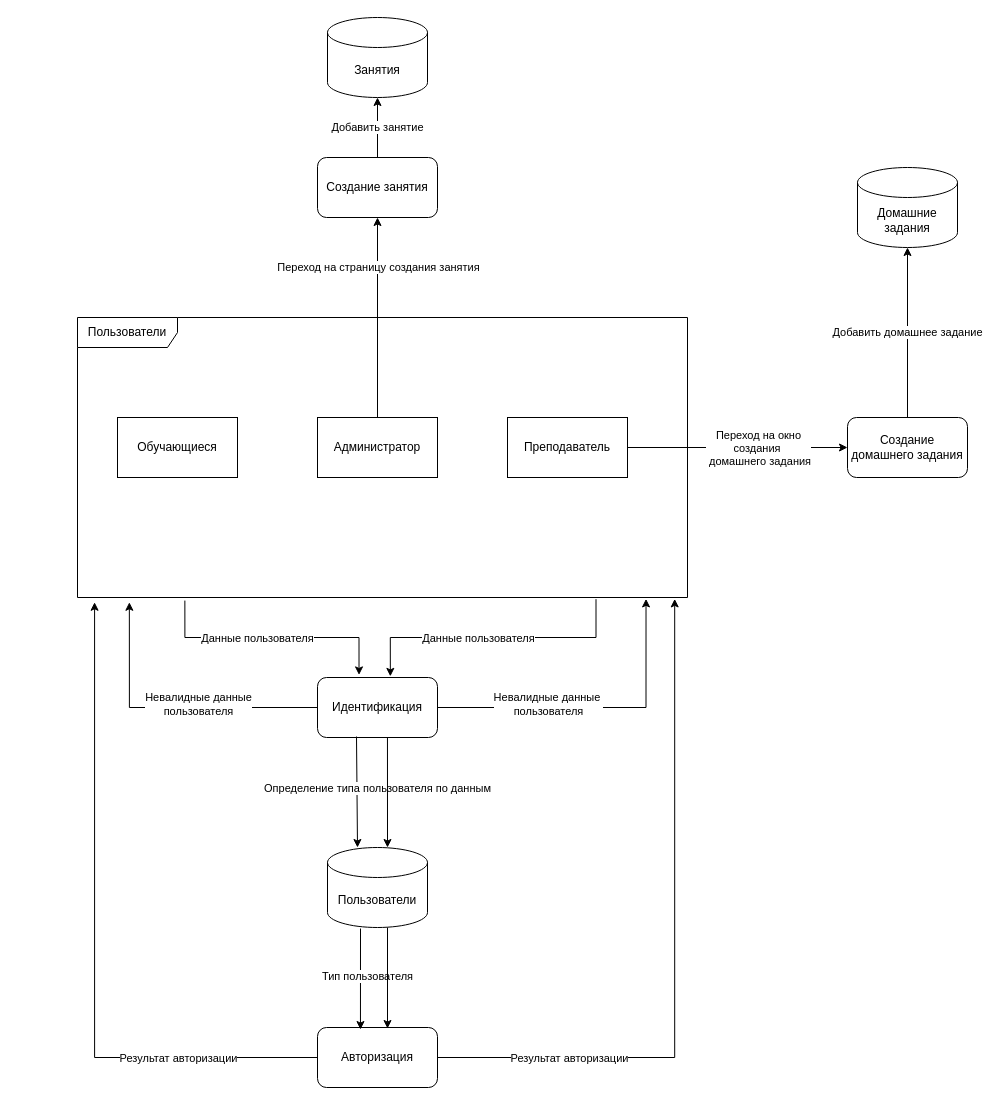
This is potoki_dd.drawio from flouressaint/myDiagrams, a draw.io file, before an edit. Source tidied: cells renumbered, new cells numbered last; positions are measured from the earlier drawing's top-left corner, leaving out a move shared by most shapes. Both pictures are drawn from the tidied source at 100%, with x=0, y=0 at pixel (77, 17).
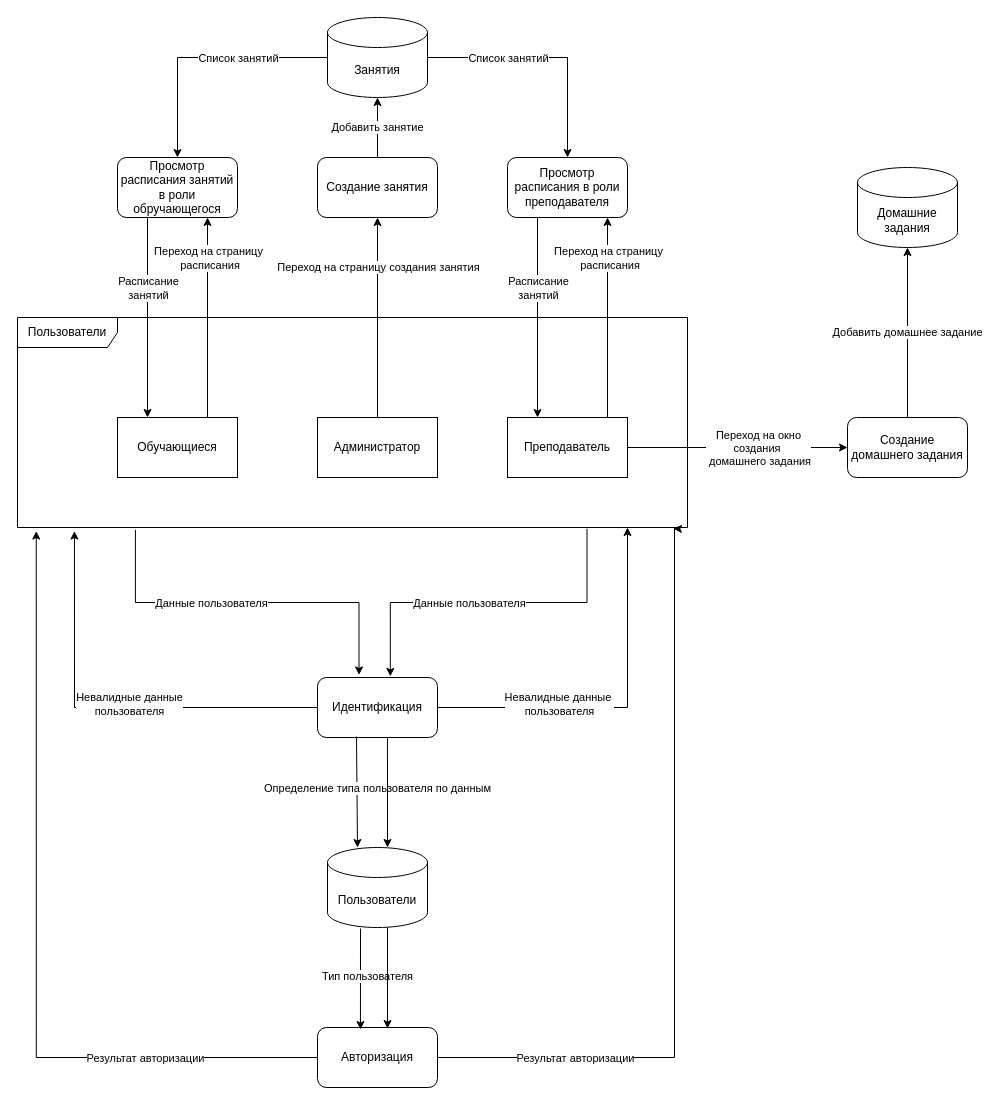
The same page after the edit.

The change refers to these unchanged cells:
```xml
<mxCell id="3" value="Идентификация" style="rounded=1;whiteSpace=wrap;html=1;" parent="1" vertex="1">
  <mxGeometry x="240" y="660" width="120" height="60" as="geometry" />
</mxCell>
<mxCell id="4" value="Авторизация" style="rounded=1;whiteSpace=wrap;html=1;" parent="1" vertex="1">
  <mxGeometry x="240" y="1010" width="120" height="60" as="geometry" />
</mxCell>
<mxCell id="15" value="Обучающиеся" style="rounded=0;whiteSpace=wrap;html=1;" parent="1" vertex="1">
  <mxGeometry x="40" y="400" width="120" height="60" as="geometry" />
</mxCell>
<mxCell id="34" value="Занятия" style="shape=cylinder3;whiteSpace=wrap;html=1;boundedLbl=1;backgroundOutline=1;size=15;" parent="1" vertex="1">
  <mxGeometry x="250" width="100" height="80" as="geometry" />
</mxCell>
```

The edit, as a diff of the source:
```diff
@@
     <mxCell id="10" value="Пользователи" style="shape=umlFrame;whiteSpace=wrap;html=1;width=100;height=30;" parent="1" vertex="1">
-      <mxGeometry y="300" width="610" height="280" as="geometry" />
+      <mxGeometry x="-60" y="300" width="670" height="210" as="geometry" />
     </mxCell>
@@
+    <mxCell id="36" style="edgeStyle=orthogonalEdgeStyle;rounded=0;jettySize=auto;html=1;entryX=0.75;entryY=1;entryDx=0;entryDy=0;exitX=0.75;exitY=0;exitDx=0;exitDy=0;" parent="1" edge="1" source="15" target="42">
+      <mxGeometry relative="1" as="geometry" />
+    </mxCell>
+    <mxCell id="37" value="Переход на страницу&lt;br&gt;&amp;nbsp;расписания" style="edgeLabel;html=1;align=center;verticalAlign=middle;" parent="36" vertex="1">
+      <mxGeometry x="0.32" y="-6" relative="1" as="geometry">
+        <mxPoint x="-6" y="-28" as="offset" />
+      </mxGeometry>
+    </mxCell>
@@
     <mxCell id="22" style="edgeStyle=orthogonalEdgeStyle;rounded=0;jettySize=auto;html=1;entryX=0.085;entryY=1.017;entryDx=0;entryDy=0;entryPerimeter=0;" parent="1" edge="1" source="3" target="10">
       <mxGeometry relative="1" as="geometry">
         <Array as="points">
-          <mxPoint x="52" y="690" />
+          <mxPoint x="-3" y="690" />
         </Array>
       </mxGeometry>
     </mxCell>
@@
-    <mxCell id="24" style="edgeStyle=orthogonalEdgeStyle;rounded=0;jettySize=auto;html=1;entryX=0.932;entryY=1.005;entryDx=0;entryDy=0;entryPerimeter=0;" parent="1" edge="1" source="3" target="10">
+    <mxCell id="24" style="edgeStyle=orthogonalEdgeStyle;rounded=0;jettySize=auto;html=1;" parent="1" edge="1" source="3" target="10">
       <mxGeometry relative="1" as="geometry">
         <Array as="points">
-          <mxPoint x="569" y="690" />
+          <mxPoint x="550" y="690" />
         </Array>
       </mxGeometry>
     </mxCell>
@@
     <mxCell id="28" style="edgeStyle=orthogonalEdgeStyle;rounded=0;jettySize=auto;html=1;entryX=0.028;entryY=1.017;entryDx=0;entryDy=0;entryPerimeter=0;" parent="1" edge="1" source="4" target="10">
       <mxGeometry relative="1" as="geometry">
         <Array as="points">
-          <mxPoint x="17" y="1040" />
+          <mxPoint x="-41" y="1040" />
         </Array>
       </mxGeometry>
     </mxCell>
@@
+    <mxCell id="38" style="edgeStyle=orthogonalEdgeStyle;rounded=0;jettySize=auto;html=1;entryX=0.5;entryY=0;entryDx=0;entryDy=0;" parent="1" edge="1" source="34" target="42">
+      <mxGeometry relative="1" as="geometry" />
+    </mxCell>
+    <mxCell id="39" value="Список занятий" style="edgeLabel;html=1;align=center;verticalAlign=middle;" parent="38" vertex="1">
+      <mxGeometry x="0.08" y="3" relative="1" as="geometry">
+        <mxPoint x="45" y="-3" as="offset" />
+      </mxGeometry>
+    </mxCell>
+    <mxCell id="40" style="edgeStyle=orthogonalEdgeStyle;rounded=0;jettySize=auto;html=1;entryX=0.5;entryY=0;entryDx=0;entryDy=0;" parent="1" edge="1" source="34" target="43">
+      <mxGeometry relative="1" as="geometry" />
+    </mxCell>
+    <mxCell id="41" value="Список занятий" style="edgeLabel;html=1;align=center;verticalAlign=middle;" parent="40" vertex="1">
+      <mxGeometry x="-0.61" y="2" relative="1" as="geometry">
+        <mxPoint x="33" y="2" as="offset" />
+      </mxGeometry>
+    </mxCell>
@@
+    <mxCell id="42" value="Просмотр расписания занятий в роли обручающегося" style="rounded=1;whiteSpace=wrap;html=1;" parent="1" vertex="1">
+      <mxGeometry x="40" y="140" width="120" height="60" as="geometry" />
+    </mxCell>
+    <mxCell id="43" value="Просмотр расписания в роли преподавателя" style="rounded=1;whiteSpace=wrap;html=1;" parent="1" vertex="1">
+      <mxGeometry x="430" y="140" width="120" height="60" as="geometry" />
+    </mxCell>
+    <mxCell id="44" style="endArrow=classic;html=1;rounded=0;exitX=0.25;exitY=1;exitDx=0;exitDy=0;entryX=0.25;entryY=0;entryDx=0;entryDy=0;" parent="1" edge="1" source="42" target="15">
+      <mxGeometry relative="1" as="geometry" />
+    </mxCell>
+    <mxCell id="45" value="Расписание &lt;br&gt;занятий" style="edgeLabel;html=1;align=center;verticalAlign=middle;" parent="44" vertex="1">
+      <mxGeometry x="-0.37" relative="1" as="geometry">
+        <mxPoint y="7" as="offset" />
+      </mxGeometry>
+    </mxCell>
+    <mxCell id="46" style="edgeStyle=orthogonalEdgeStyle;rounded=0;orthogonalLoop=1;jettySize=auto;html=1;entryX=0.75;entryY=1;entryDx=0;entryDy=0;exitX=0.75;exitY=0;exitDx=0;exitDy=0;" parent="1" edge="1">
+      <mxGeometry relative="1" as="geometry">
+        <mxPoint x="530" y="400" as="sourcePoint" />
+        <mxPoint x="530" y="200" as="targetPoint" />
+      </mxGeometry>
+    </mxCell>
+    <mxCell id="47" value="Переход на страницу&lt;br&gt;&amp;nbsp;расписания" style="edgeLabel;html=1;align=center;verticalAlign=middle;" parent="46" vertex="1">
+      <mxGeometry x="0.32" y="-6" relative="1" as="geometry">
+        <mxPoint x="-6" y="-28" as="offset" />
+      </mxGeometry>
+    </mxCell>
+    <mxCell id="48" style="endArrow=classic;html=1;rounded=0;exitX=0.25;exitY=1;exitDx=0;exitDy=0;entryX=0.25;entryY=0;entryDx=0;entryDy=0;" parent="1" edge="1">
+      <mxGeometry relative="1" as="geometry">
+        <mxPoint x="460" y="200" as="sourcePoint" />
+        <mxPoint x="460" y="400" as="targetPoint" />
+      </mxGeometry>
+    </mxCell>
+    <mxCell id="49" value="Расписание &lt;br&gt;занятий" style="edgeLabel;html=1;align=center;verticalAlign=middle;" parent="48" vertex="1">
+      <mxGeometry x="-0.37" relative="1" as="geometry">
+        <mxPoint y="7" as="offset" />
+      </mxGeometry>
+    </mxCell>
```
